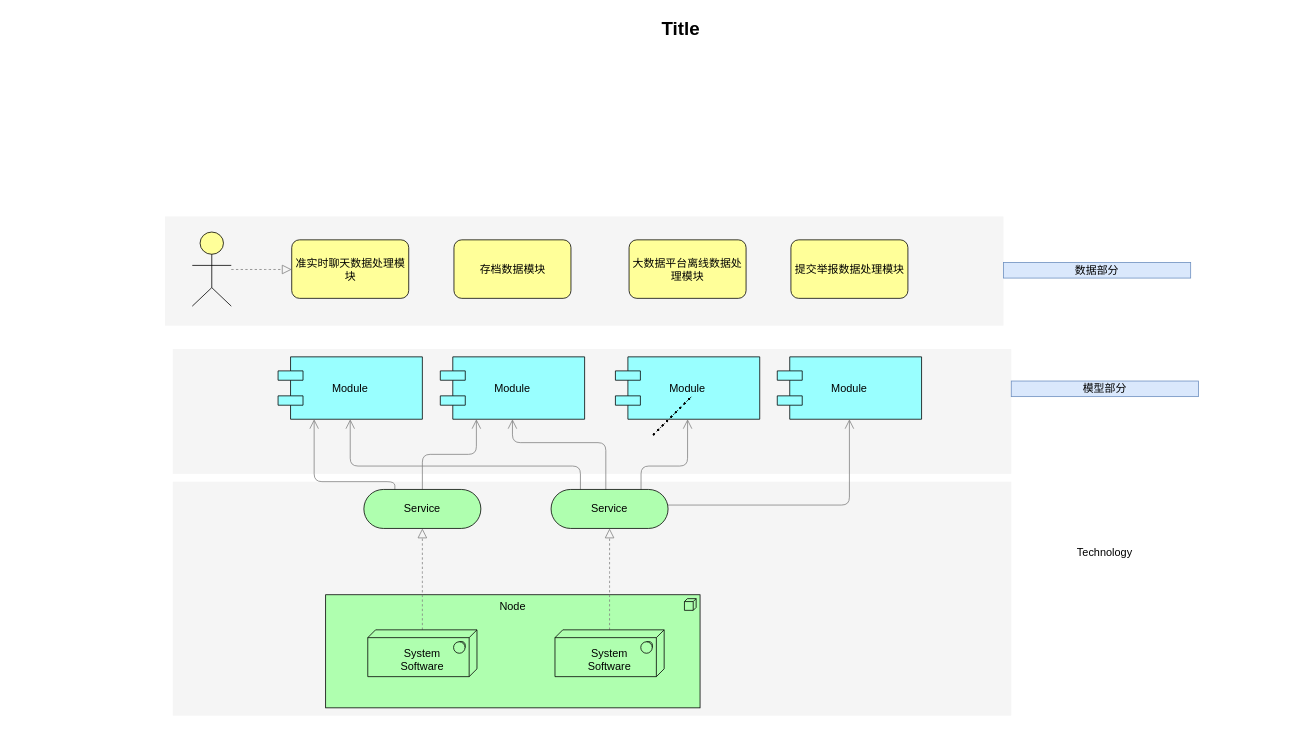
Above: Untitled Diagram.drawio in startarhwa/2019double11 (draw.io), before the change. Source tidied: cells renumbered, new cells numbered last; positions are measured from the earlier drawing's top-left corner, leaving out a move shared by most shapes. Both pictures are drawn from the tidied source at 78%, with x=0, y=0 at pixel (60, 13).
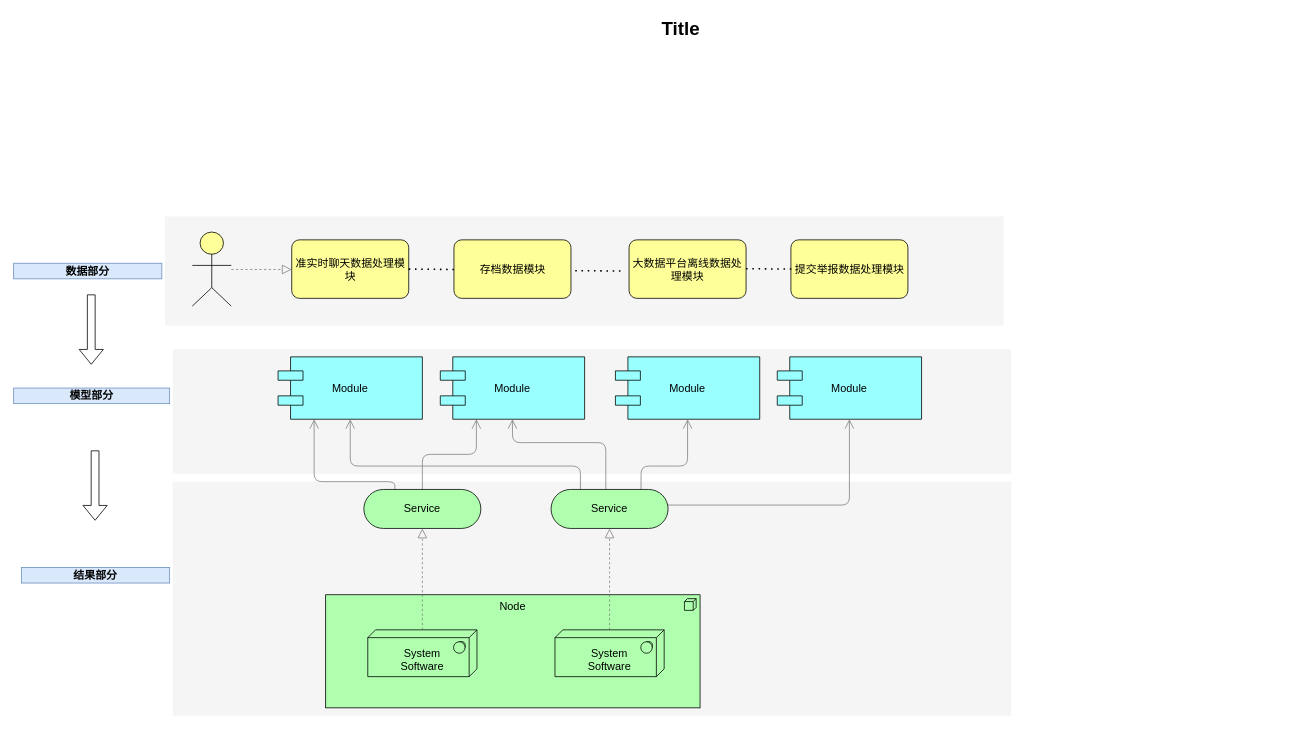
The same page after the edit.

Commit message:
Lianai001 Anti fraud Update Diagram.drawio

The change refers to these unchanged cells:
```xml
<mxCell id="22" value="准实时聊天数据处理模块" style="html=1;whiteSpace=wrap;fillColor=#ffff99;shape=mxgraph.archimate3.application;appType=;archiType=rounded;fontSize=14;" parent="1" vertex="1">
  <mxGeometry x="296.5" y="290" width="150" height="75" as="geometry" />
</mxCell>
```

Diff of the diagram source:
```diff
@@
-    <mxCell id="26" value="Technology" style="text;html=1;strokeColor=none;fillColor=none;align=center;verticalAlign=middle;whiteSpace=wrap;fontSize=14;" parent="1" vertex="1">
-      <mxGeometry x="1219" y="681" width="240" height="20" as="geometry" />
+    <mxCell id="26" value="结果部分" style="text;html=1;strokeColor=#6c8ebf;fillColor=#dae8fc;align=center;verticalAlign=middle;whiteSpace=wrap;fontSize=14;fontStyle=1;" parent="1" vertex="1">
+      <mxGeometry x="-50" y="710" width="190" height="20" as="geometry" />
     </mxCell>
-    <mxCell id="27" value="模型部分" style="text;html=1;strokeColor=#6c8ebf;fillColor=#dae8fc;align=center;verticalAlign=middle;whiteSpace=wrap;fontSize=14;" parent="1" vertex="1">
-      <mxGeometry x="1219" y="471" width="240" height="20" as="geometry" />
+    <mxCell id="27" value="模型部分" style="text;html=1;strokeColor=#6c8ebf;fillColor=#dae8fc;align=center;verticalAlign=middle;whiteSpace=wrap;fontSize=14;fontStyle=1;" parent="1" vertex="1">
+      <mxGeometry x="-60" y="480" width="200" height="20" as="geometry" />
     </mxCell>
-    <mxCell id="28" value="数据部分" style="text;html=1;strokeColor=#6c8ebf;fillColor=#dae8fc;align=center;verticalAlign=middle;whiteSpace=wrap;fontSize=14;" parent="1" vertex="1">
-      <mxGeometry x="1209" y="319" width="240" height="20" as="geometry" />
+    <mxCell id="28" value="数据部分" style="text;html=1;strokeColor=#6c8ebf;fillColor=#dae8fc;align=center;verticalAlign=middle;whiteSpace=wrap;fontSize=14;fontStyle=1;" parent="1" vertex="1">
+      <mxGeometry x="-60" y="320" width="190" height="20" as="geometry" />
     </mxCell>
@@
-    <mxCell id="32" style="endArrow=none;dashed=1;html=1;dashPattern=1 3;strokeWidth=2;rounded=0;" parent="1" edge="1">
-      <mxGeometry relative="1" as="geometry">
-        <mxPoint x="760" y="540" as="sourcePoint" />
-        <mxPoint x="810" y="490" as="targetPoint" />
-      </mxGeometry>
-    </mxCell>
-    <mxCell id="33" style="endArrow=none;dashed=1;html=1;rounded=0;" parent="1" edge="1">
-      <mxGeometry relative="1" as="geometry">
-        <mxPoint x="760" y="540" as="sourcePoint" />
-        <mxPoint x="810" y="490" as="targetPoint" />
-      </mxGeometry>
-    </mxCell>
-    <mxCell id="34" style="endArrow=none;dashed=1;html=1;dashPattern=1 3;strokeWidth=2;rounded=0;" parent="1" edge="1">
-      <mxGeometry relative="1" as="geometry">
-        <mxPoint x="760" y="540" as="sourcePoint" />
-        <mxPoint x="810" y="490" as="targetPoint" />
-      </mxGeometry>
-    </mxCell>
-    <mxCell id="35" style="endArrow=none;dashed=1;html=1;dashPattern=1 3;strokeWidth=2;rounded=0;" parent="1" edge="1">
-      <mxGeometry relative="1" as="geometry">
-        <mxPoint x="760" y="540" as="sourcePoint" />
-        <mxPoint x="810" y="490" as="targetPoint" />
-      </mxGeometry>
-    </mxCell>
-    <mxCell id="36" style="endArrow=none;dashed=1;html=1;dashPattern=1 3;strokeWidth=2;rounded=0;" parent="1" edge="1">
-      <mxGeometry relative="1" as="geometry">
-        <mxPoint x="760" y="540" as="sourcePoint" />
-        <mxPoint x="810" y="490" as="targetPoint" />
-      </mxGeometry>
-    </mxCell>
-    <mxCell id="37" style="endArrow=none;dashed=1;html=1;dashPattern=1 3;strokeWidth=2;rounded=0;" parent="1" edge="1">
+    <mxCell id="37" style="endArrow=none;dashed=1;html=1;dashPattern=1 3;strokeWidth=2;rounded=0;exitX=1;exitY=0.5;exitDx=0;exitDy=0;exitPerimeter=0;" parent="1" edge="1" source="22">
       <mxGeometry relative="1" as="geometry">
-        <mxPoint x="760" y="540" as="sourcePoint" />
-        <mxPoint x="810" y="490" as="targetPoint" />
+        <mxPoint x="510" y="328" as="targetPoint" />
       </mxGeometry>
     </mxCell>
+    <mxCell id="38" style="endArrow=none;dashed=1;html=1;dashPattern=1 3;strokeWidth=2;rounded=0;exitX=1;exitY=0.5;exitDx=0;exitDy=0;exitPerimeter=0;" parent="1" edge="1">
+      <mxGeometry relative="1" as="geometry">
+        <mxPoint x="660" y="329.5" as="sourcePoint" />
+        <mxPoint x="723.5" y="330" as="targetPoint" />
+      </mxGeometry>
+    </mxCell>
+    <mxCell id="39" style="endArrow=none;dashed=1;html=1;dashPattern=1 3;strokeWidth=2;rounded=0;exitX=1;exitY=0.5;exitDx=0;exitDy=0;exitPerimeter=0;" parent="1" edge="1">
+      <mxGeometry relative="1" as="geometry">
+        <mxPoint x="879" y="327" as="sourcePoint" />
+        <mxPoint x="942.5" y="327.5" as="targetPoint" />
+      </mxGeometry>
+    </mxCell>
+    <mxCell id="40" style="shape=flexArrow;endArrow=classic;html=1;rounded=0;" parent="1" edge="1">
+      <mxGeometry relative="1" as="geometry">
+        <mxPoint x="39.5" y="360" as="sourcePoint" />
+        <mxPoint x="39.5" y="450" as="targetPoint" />
+      </mxGeometry>
+    </mxCell>
+    <mxCell id="41" style="shape=flexArrow;endArrow=classic;html=1;rounded=0;" parent="1" edge="1">
+      <mxGeometry relative="1" as="geometry">
+        <mxPoint x="44.4" y="560" as="sourcePoint" />
+        <mxPoint x="44.4" y="650" as="targetPoint" />
+      </mxGeometry>
+    </mxCell>
```
